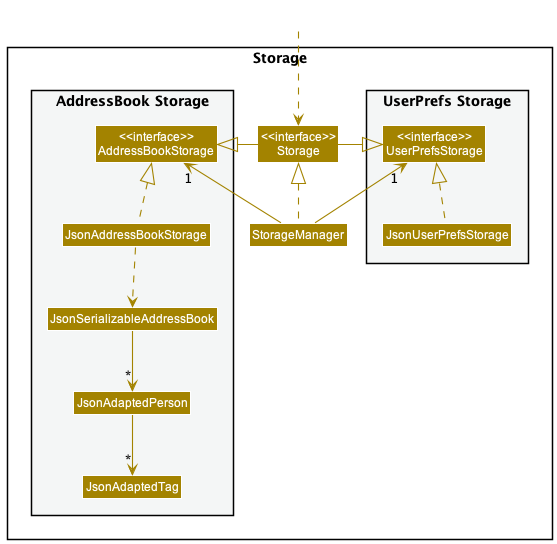
nus-cs2103-AY2223S2/tp keeps this PlantUML diagram as docs/images/StorageClassDiagram.png. Above is the earlier version.
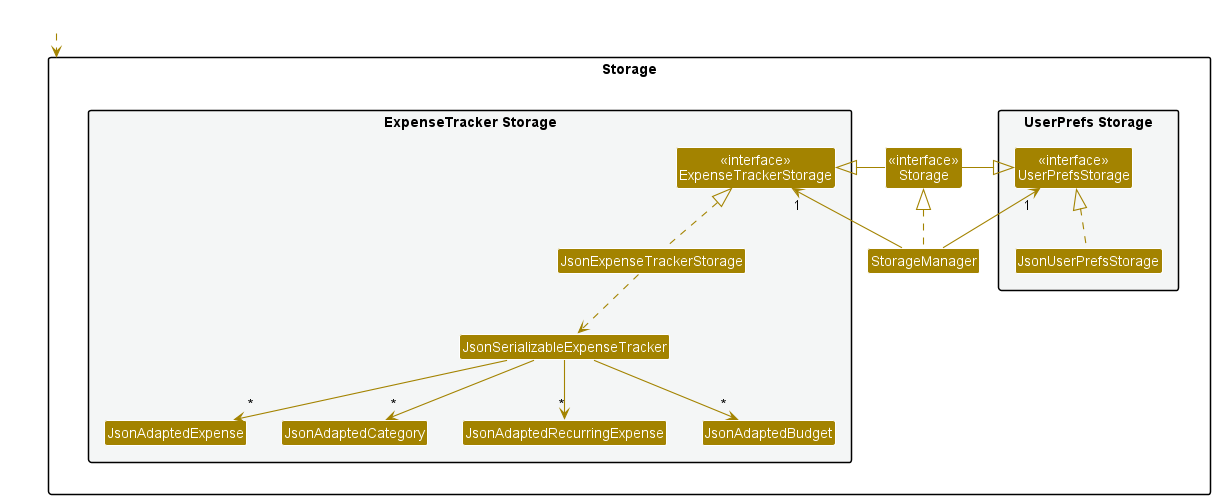
Later version of the same file.

The edit, as a diff of the source:
```diff
@@ -11,15 +11,17 @@
 Class JsonUserPrefsStorage
 }
 
-Class "<<interface>>\nStorage" as Storage
+Class "<<interface>>\nStorage" as dataStorage
 Class StorageManager
 
-package "AddressBook Storage" #F4F6F6{
-Class "<<interface>>\nAddressBookStorage" as AddressBookStorage
-Class JsonAddressBookStorage
-Class JsonSerializableAddressBook
-Class JsonAdaptedPerson
-Class JsonAdaptedTag
+package "ExpenseTracker Storage" #F4F6F6{
+Class "<<interface>>\nExpenseTrackerStorage" as ExpenseTrackerStorage
+Class JsonExpenseTrackerStorage
+Class JsonSerializableExpenseTracker
+Class JsonAdaptedExpense
+Class JsonAdaptedCategory
+Class JsonAdaptedRecurringExpense
+Class JsonAdaptedBudget
 }
 
 }
@@ -27,17 +29,19 @@
 Class HiddenOutside #FFFFFF
 HiddenOutside ..> Storage
 
-StorageManager .up.|> Storage
+StorageManager .up.|> dataStorage
 StorageManager -up-> "1" UserPrefsStorage
-StorageManager -up-> "1" AddressBookStorage
+StorageManager -up-> "1" ExpenseTrackerStorage
 
-Storage -left-|> UserPrefsStorage
-Storage -right-|> AddressBookStorage
+dataStorage -left-|> UserPrefsStorage
+dataStorage -right-|> ExpenseTrackerStorage
 
 JsonUserPrefsStorage .up.|> UserPrefsStorage
-JsonAddressBookStorage .up.|> AddressBookStorage
-JsonAddressBookStorage ..> JsonSerializableAddressBook
-JsonSerializableAddressBook --> "*" JsonAdaptedPerson
-JsonAdaptedPerson --> "*" JsonAdaptedTag
+JsonExpenseTrackerStorage .up.|> ExpenseTrackerStorage
+JsonExpenseTrackerStorage ..> JsonSerializableExpenseTracker
+JsonSerializableExpenseTracker --> "*" JsonAdaptedExpense
+JsonSerializableExpenseTracker --> "*" JsonAdaptedCategory
+JsonSerializableExpenseTracker --> "*" JsonAdaptedRecurringExpense
+JsonSerializableExpenseTracker --> "*" JsonAdaptedBudget
 
 @enduml
```
